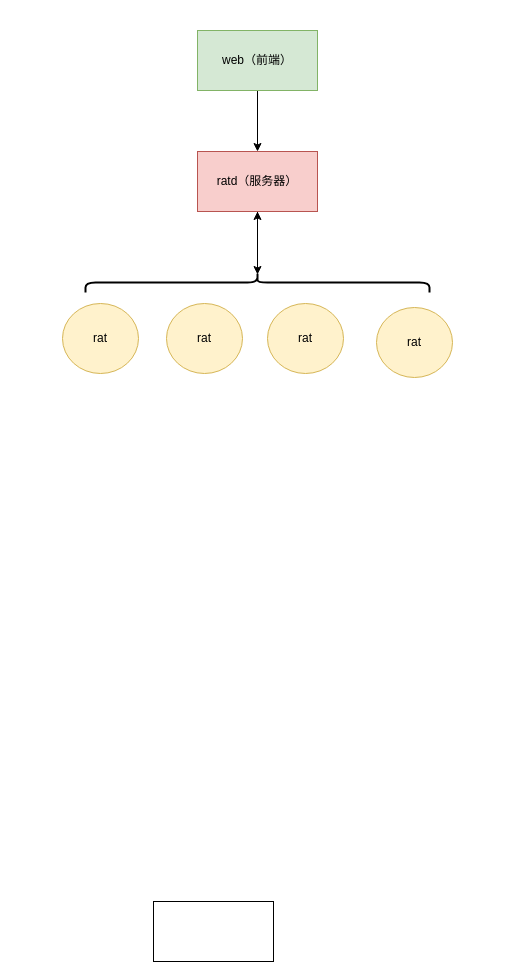
This is draw/work/集成系统-关系.drawio from HeisenbergV/node, a draw.io file, before an edit. Source tidied: cells renumbered, new cells numbered last; positions are measured from the earlier drawing's top-left corner, leaving out a move shared by most shapes. Both pictures are drawn from the tidied source at 100%, with x=0, y=0 at pixel (62, 30).
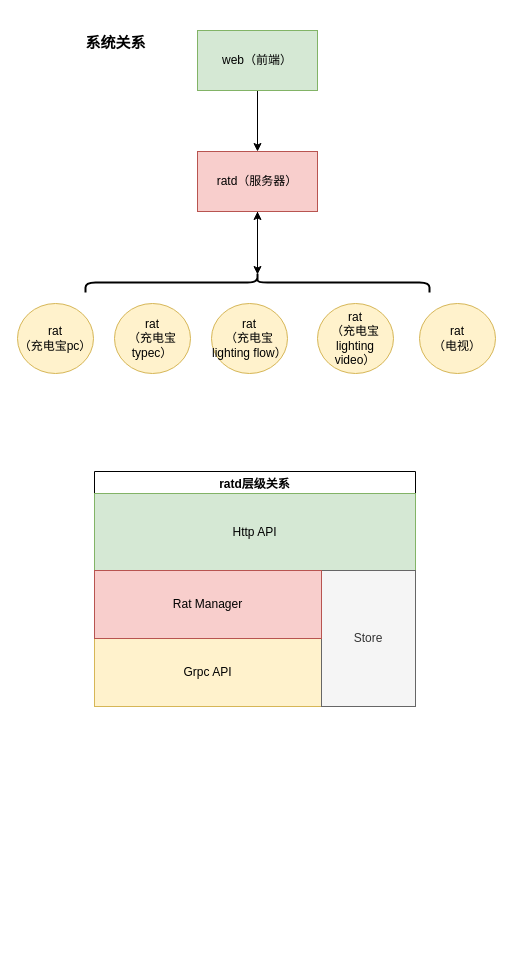
Above is the later version.

Commit message:
更新集成系统-关系.drawio

What changed in the source:
```diff
@@
 <mxGraphModel background="#FFFFFF">
   <root>
     <mxCell id="0" />
     <mxCell id="1" parent="0" />
     <mxCell id="2" style="edgeStyle=orthogonalEdgeStyle;rounded=0;jettySize=auto;html=1;" parent="1" edge="1" source="3" target="5">
       <mxGeometry relative="1" as="geometry" />
     </mxCell>
     <mxCell id="3" value="web（前端）" style="rounded=0;whiteSpace=wrap;html=1;fillColor=#d5e8d4;strokeColor=#82b366;" parent="1" vertex="1">
       <mxGeometry x="135" width="120" height="60" as="geometry" />
     </mxCell>
     <mxCell id="4" style="edgeStyle=orthogonalEdgeStyle;rounded=0;jettySize=auto;html=1;entryX=0.1;entryY=0.5;entryDx=0;entryDy=0;entryPerimeter=0;" parent="1" edge="1" source="5" target="11">
       <mxGeometry relative="1" as="geometry" />
     </mxCell>
     <mxCell id="5" value="ratd（服务器）" style="rounded=0;whiteSpace=wrap;html=1;fillColor=#f8cecc;strokeColor=#b85450;" parent="1" vertex="1">
       <mxGeometry x="135" y="121" width="120" height="60" as="geometry" />
     </mxCell>
-    <mxCell id="6" value="rat" style="ellipse;whiteSpace=wrap;html=1;fillColor=#fff2cc;strokeColor=#d6b656;" parent="1" vertex="1">
-      <mxGeometry y="273" width="76" height="70" as="geometry" />
+    <mxCell id="6" value="rat&lt;br&gt;（充电宝pc）" style="ellipse;whiteSpace=wrap;html=1;fillColor=#fff2cc;strokeColor=#d6b656;" parent="1" vertex="1">
+      <mxGeometry x="-45" y="273" width="76" height="70" as="geometry" />
     </mxCell>
-    <mxCell id="7" value="rat" style="ellipse;whiteSpace=wrap;html=1;fillColor=#fff2cc;strokeColor=#d6b656;" parent="1" vertex="1">
-      <mxGeometry x="104" y="273" width="76" height="70" as="geometry" />
+    <mxCell id="7" value="rat&lt;br&gt;（充电宝typec）" style="ellipse;whiteSpace=wrap;html=1;fillColor=#fff2cc;strokeColor=#d6b656;" parent="1" vertex="1">
+      <mxGeometry x="52" y="273" width="76" height="70" as="geometry" />
     </mxCell>
-    <mxCell id="8" value="rat" style="ellipse;whiteSpace=wrap;html=1;fillColor=#fff2cc;strokeColor=#d6b656;" parent="1" vertex="1">
-      <mxGeometry x="205" y="273" width="76" height="70" as="geometry" />
+    <mxCell id="8" value="&lt;div&gt;rat&lt;/div&gt;&lt;div&gt;（充电宝lighting video）&lt;/div&gt;" style="ellipse;whiteSpace=wrap;html=1;fillColor=#fff2cc;strokeColor=#d6b656;" parent="1" vertex="1">
+      <mxGeometry x="255" y="273" width="76" height="70" as="geometry" />
     </mxCell>
-    <mxCell id="9" value="rat" style="ellipse;whiteSpace=wrap;html=1;fillColor=#fff2cc;strokeColor=#d6b656;" parent="1" vertex="1">
-      <mxGeometry x="314" y="277" width="76" height="70" as="geometry" />
+    <mxCell id="9" value="rat&lt;br&gt;（电视）" style="ellipse;whiteSpace=wrap;html=1;fillColor=#fff2cc;strokeColor=#d6b656;" parent="1" vertex="1">
+      <mxGeometry x="357" y="273" width="76" height="70" as="geometry" />
     </mxCell>
     <mxCell id="10" style="edgeStyle=orthogonalEdgeStyle;rounded=0;jettySize=auto;html=1;entryX=0.5;entryY=1;entryDx=0;entryDy=0;" parent="1" edge="1" source="11" target="5">
       <mxGeometry relative="1" as="geometry" />
     </mxCell>
     <mxCell id="11" style="shape=curlyBracket;whiteSpace=wrap;html=1;rounded=1;flipH=1;direction=south;strokeWidth=2;" parent="1" vertex="1">
       <mxGeometry x="23" y="242" width="344" height="20" as="geometry" />
     </mxCell>
-    <mxCell id="12" style="rounded=0;whiteSpace=wrap;html=1;" parent="1" vertex="1">
-      <mxGeometry x="91" y="871" width="120" height="60" as="geometry" />
-    </mxCell>
+    <mxCell id="13" value="&lt;b&gt;&lt;font style=&quot;font-size: 15px&quot;&gt;系统关系&lt;/font&gt;&lt;/b&gt;" style="text;html=1;strokeColor=none;fillColor=none;align=center;verticalAlign=middle;whiteSpace=wrap;rounded=0;" parent="1" vertex="1">
+      <mxGeometry x="6" y="-13" width="95" height="50" as="geometry" />
+    </mxCell>
+    <mxCell id="14" value="ratd层级关系" style="swimlane;" parent="1" vertex="1">
+      <mxGeometry x="32" y="441" width="321" height="235" as="geometry" />
+    </mxCell>
+    <mxCell id="15" value="Http API" style="whiteSpace=wrap;html=1;fillColor=#d5e8d4;strokeColor=#82b366;" parent="14" vertex="1">
+      <mxGeometry y="22" width="321" height="77" as="geometry" />
+    </mxCell>
+    <mxCell id="16" value="Grpc API" style="whiteSpace=wrap;html=1;fillColor=#fff2cc;strokeColor=#d6b656;" parent="14" vertex="1">
+      <mxGeometry y="167" width="227" height="68" as="geometry" />
+    </mxCell>
+    <mxCell id="17" value="Store" style="whiteSpace=wrap;html=1;fillColor=#f5f5f5;strokeColor=#666666;fontColor=#333333;" parent="14" vertex="1">
+      <mxGeometry x="227" y="99" width="94" height="136" as="geometry" />
+    </mxCell>
+    <mxCell id="18" value="rat&lt;br&gt;（充电宝lighting flow）" style="ellipse;whiteSpace=wrap;html=1;fillColor=#fff2cc;strokeColor=#d6b656;" parent="1" vertex="1">
+      <mxGeometry x="149" y="273" width="76" height="70" as="geometry" />
+    </mxCell>
+    <mxCell id="19" value="Rat Manager" style="whiteSpace=wrap;html=1;fillColor=#f8cecc;strokeColor=#b85450;" parent="1" vertex="1">
+      <mxGeometry x="32" y="540" width="227" height="68" as="geometry" />
+    </mxCell>
   </root>
 </mxGraphModel>
```
